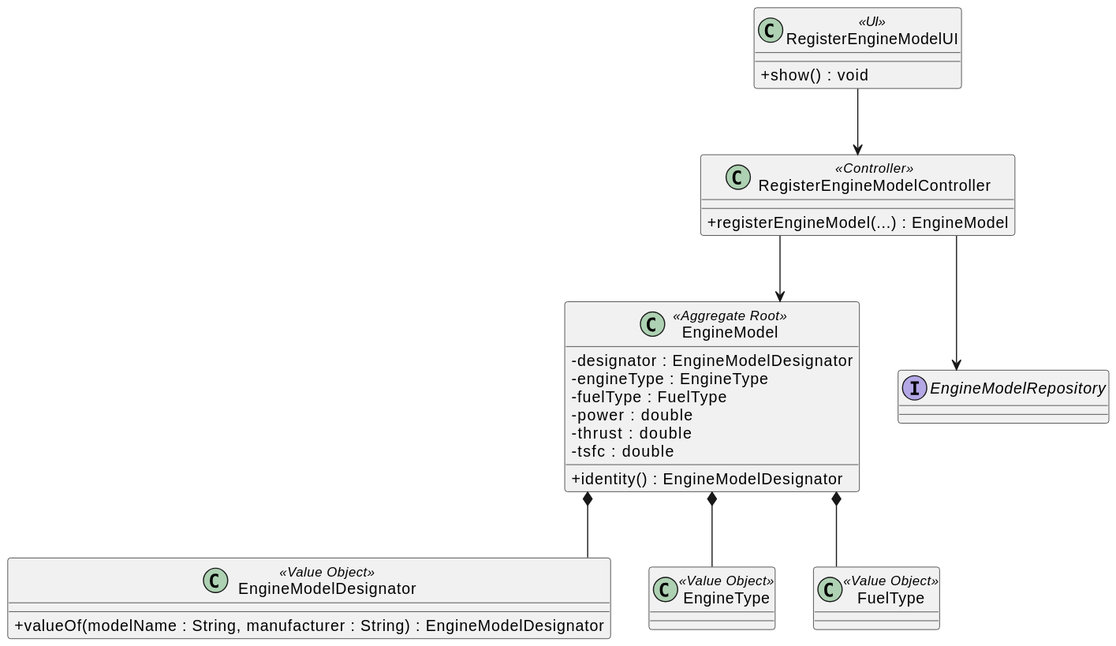
Before: docs/us_56/class-diagram-56.svg, a diagram exported from PlantUML (GustavoFerreira24/flight-management-platform).
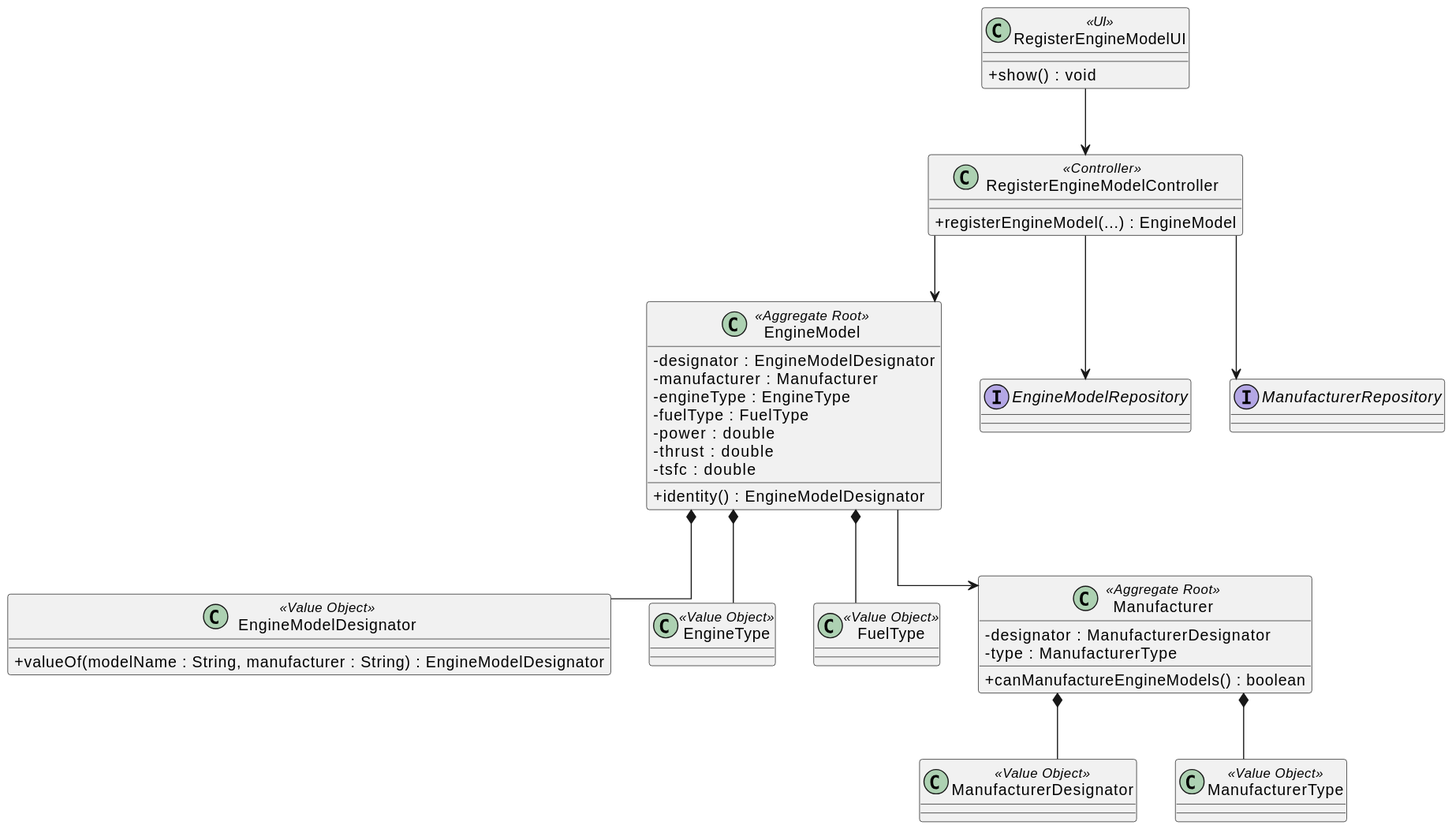
After the change.

Commit message:
US111(DOCS): Add sequence diagram for `Generate a Simulation Report Scenario`. Include PlantUML and SVG assets under `docs/us_111`. [#212]

Diff of the diagram source:
```diff
@@ -12,6 +12,7 @@
 
 class EngineModel <<Aggregate Root>> {
     - designator : EngineModelDesignator
+    - manufacturer : Manufacturer
     - engineType : EngineType
     - fuelType : FuelType
     - power : double
@@ -26,13 +27,25 @@
 
 class EngineType <<Value Object>>
 class FuelType <<Value Object>>
+class Manufacturer <<Aggregate Root>> {
+    - designator : ManufacturerDesignator
+    - type : ManufacturerType
+    + canManufactureEngineModels() : boolean
+}
+class ManufacturerDesignator <<Value Object>>
+class ManufacturerType <<Value Object>>
 interface EngineModelRepository
+interface ManufacturerRepository
 
 RegisterEngineModelUI --> RegisterEngineModelController
 RegisterEngineModelController --> EngineModelRepository
+RegisterEngineModelController --> ManufacturerRepository
 RegisterEngineModelController --> EngineModel
 
 EngineModel *-- EngineModelDesignator
+EngineModel --> Manufacturer
 EngineModel *-- EngineType
 EngineModel *-- FuelType
+Manufacturer *-- ManufacturerDesignator
+Manufacturer *-- ManufacturerType
 @enduml
```
